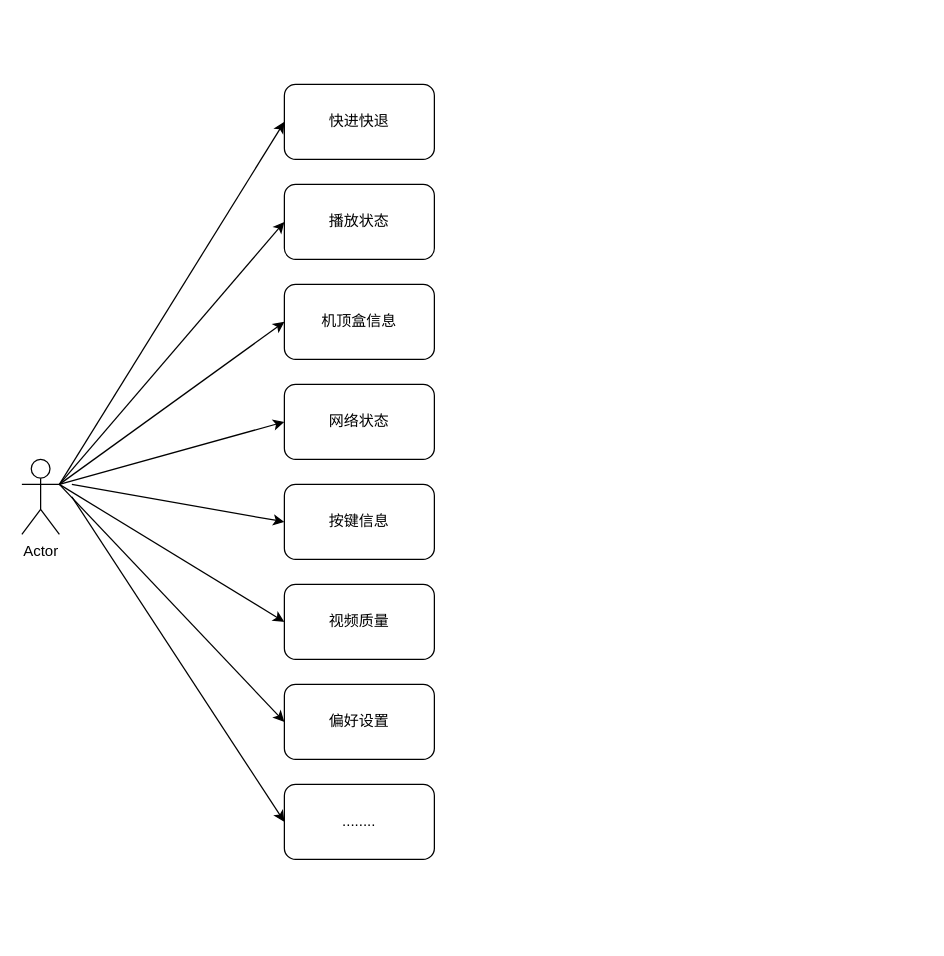
lanjiabin/diagrams keeps this draw.io diagram as 界面场景.drawio. Above is the earlier version. Source tidied: cells renumbered, new cells numbered last; positions are measured from the earlier drawing's top-left corner, leaving out a move shared by most shapes. Both pictures are drawn from the tidied source at 125%, with x=0, y=0 at pixel (21, 84).
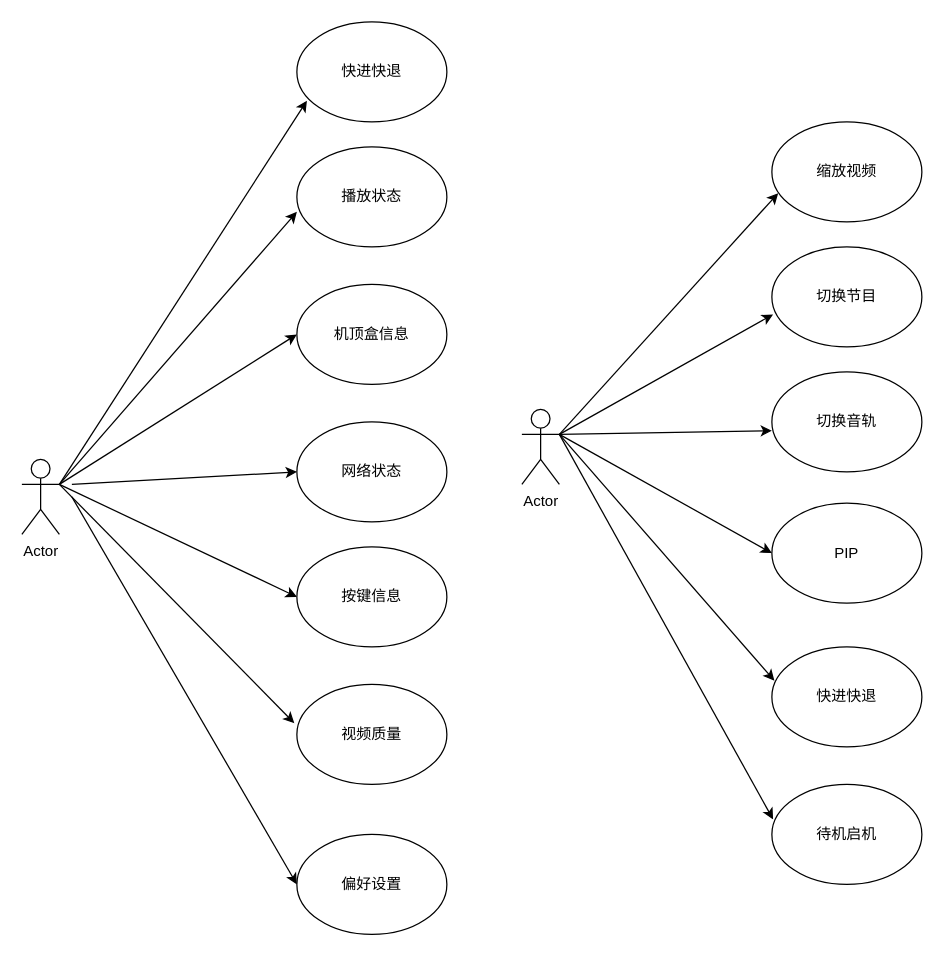
The same diagram, later.

Commit message (it also covers changes not shown here):
更新界面场景.drawio

Unchanged cells that the change refers to:
```xml
<mxCell id="2" value="Actor" style="shape=umlActor;verticalLabelPosition=bottom;verticalAlign=top;html=1;outlineConnect=0;" parent="1" vertex="1">
  <mxGeometry y="300" width="30" height="60" as="geometry" />
</mxCell>
```

Change to the diagram source:
```diff
@@
-    <mxCell id="3" value="快进快退" style="rounded=1;whiteSpace=wrap;html=1;" parent="1" vertex="1">
-      <mxGeometry x="210" width="120" height="60" as="geometry" />
-    </mxCell>
+    <mxCell id="11" style="endArrow=classic;html=1;rounded=0;entryX=0.067;entryY=0.788;entryDx=0;entryDy=0;entryPerimeter=0;" parent="1" edge="1" target="26">
+      <mxGeometry relative="1" as="geometry">
+        <mxPoint x="30" y="320" as="sourcePoint" />
+      </mxGeometry>
+    </mxCell>
+    <mxCell id="12" style="endArrow=classic;html=1;rounded=0;entryX=0;entryY=0.65;entryDx=0;entryDy=0;exitX=1;exitY=0.3333333333333333;exitDx=0;exitDy=0;exitPerimeter=0;entryPerimeter=0;" parent="1" edge="1" source="2" target="4">
+      <mxGeometry relative="1" as="geometry" />
+    </mxCell>
+    <mxCell id="13" style="endArrow=classic;html=1;rounded=0;entryX=0;entryY=0.5;entryDx=0;entryDy=0;" parent="1" edge="1" target="5">
+      <mxGeometry relative="1" as="geometry">
+        <mxPoint x="30" y="320" as="sourcePoint" />
+      </mxGeometry>
+    </mxCell>
+    <mxCell id="15" style="endArrow=classic;html=1;rounded=0;entryX=0;entryY=0.5;entryDx=0;entryDy=0;" parent="1" edge="1" target="6">
+      <mxGeometry relative="1" as="geometry">
+        <mxPoint x="40" y="320" as="sourcePoint" />
+      </mxGeometry>
+    </mxCell>
+    <mxCell id="16" style="endArrow=classic;html=1;rounded=0;entryX=0;entryY=0.5;entryDx=0;entryDy=0;" parent="1" edge="1" target="7">
+      <mxGeometry relative="1" as="geometry">
+        <mxPoint x="30" y="320" as="sourcePoint" />
+      </mxGeometry>
+    </mxCell>
+    <mxCell id="17" style="endArrow=classic;html=1;rounded=0;entryX=-0.017;entryY=0.388;entryDx=0;entryDy=0;entryPerimeter=0;" parent="1" edge="1" target="8">
+      <mxGeometry relative="1" as="geometry">
+        <mxPoint x="30" y="320" as="sourcePoint" />
+      </mxGeometry>
+    </mxCell>
+    <mxCell id="18" style="endArrow=classic;html=1;rounded=0;entryX=0;entryY=0.5;entryDx=0;entryDy=0;" parent="1" edge="1" target="9">
+      <mxGeometry relative="1" as="geometry">
+        <mxPoint x="40" y="330" as="sourcePoint" />
+      </mxGeometry>
+    </mxCell>
+    <mxCell id="19" value="Actor" style="shape=umlActor;verticalLabelPosition=bottom;verticalAlign=top;html=1;outlineConnect=0;" parent="1" vertex="1">
+      <mxGeometry x="400" y="260" width="30" height="60" as="geometry" />
+    </mxCell>
+    <mxCell id="20" style="endArrow=classic;html=1;rounded=0;entryX=0.042;entryY=0.713;entryDx=0;entryDy=0;exitX=1;exitY=0.3333333333333333;exitDx=0;exitDy=0;exitPerimeter=0;entryPerimeter=0;" parent="1" edge="1" source="19" target="27">
+      <mxGeometry relative="1" as="geometry" />
+    </mxCell>
+    <mxCell id="21" style="endArrow=classic;html=1;rounded=0;entryX=0.008;entryY=0.675;entryDx=0;entryDy=0;entryPerimeter=0;" parent="1" edge="1" target="28">
+      <mxGeometry relative="1" as="geometry">
+        <mxPoint x="430" y="280" as="sourcePoint" />
+      </mxGeometry>
+    </mxCell>
+    <mxCell id="22" style="endArrow=classic;html=1;rounded=0;entryX=0;entryY=0.588;entryDx=0;entryDy=0;entryPerimeter=0;" parent="1" edge="1" target="29">
+      <mxGeometry relative="1" as="geometry">
+        <mxPoint x="430" y="280" as="sourcePoint" />
+      </mxGeometry>
+    </mxCell>
+    <mxCell id="23" style="endArrow=classic;html=1;rounded=0;entryX=0;entryY=0.5;entryDx=0;entryDy=0;" parent="1" edge="1" target="30">
+      <mxGeometry relative="1" as="geometry">
+        <mxPoint x="430" y="280" as="sourcePoint" />
+      </mxGeometry>
+    </mxCell>
+    <mxCell id="24" style="endArrow=classic;html=1;rounded=0;entryX=0.017;entryY=0.338;entryDx=0;entryDy=0;entryPerimeter=0;" parent="1" edge="1" target="31">
+      <mxGeometry relative="1" as="geometry">
+        <mxPoint x="430" y="280" as="sourcePoint" />
+      </mxGeometry>
+    </mxCell>
+    <mxCell id="25" style="endArrow=classic;html=1;rounded=0;entryX=0.008;entryY=0.35;entryDx=0;entryDy=0;entryPerimeter=0;" parent="1" edge="1" target="32">
+      <mxGeometry relative="1" as="geometry">
+        <mxPoint x="430" y="280" as="sourcePoint" />
+      </mxGeometry>
+    </mxCell>
+    <mxCell id="26" value="快进快退" style="ellipse;whiteSpace=wrap;html=1;" parent="1" vertex="1">
+      <mxGeometry x="220" y="-50" width="120" height="80" as="geometry" />
+    </mxCell>
-    <mxCell id="4" value="播放状态" style="rounded=1;whiteSpace=wrap;html=1;" parent="1" vertex="1">
-      <mxGeometry x="210" y="80" width="120" height="60" as="geometry" />
+    <mxCell id="4" value="播放状态" style="ellipse;whiteSpace=wrap;html=1;" parent="1" vertex="1">
+      <mxGeometry x="220" y="50" width="120" height="80" as="geometry" />
     </mxCell>
-    <mxCell id="5" value="机顶盒信息" style="rounded=1;whiteSpace=wrap;html=1;" parent="1" vertex="1">
-      <mxGeometry x="210" y="160" width="120" height="60" as="geometry" />
+    <mxCell id="5" value="机顶盒信息" style="ellipse;whiteSpace=wrap;html=1;" parent="1" vertex="1">
+      <mxGeometry x="220" y="160" width="120" height="80" as="geometry" />
     </mxCell>
-    <mxCell id="6" value="网络状态" style="rounded=1;whiteSpace=wrap;html=1;" parent="1" vertex="1">
-      <mxGeometry x="210" y="240" width="120" height="60" as="geometry" />
+    <mxCell id="6" value="网络状态" style="ellipse;whiteSpace=wrap;html=1;" parent="1" vertex="1">
+      <mxGeometry x="220" y="270" width="120" height="80" as="geometry" />
     </mxCell>
-    <mxCell id="7" value="按键信息" style="rounded=1;whiteSpace=wrap;html=1;" parent="1" vertex="1">
-      <mxGeometry x="210" y="320" width="120" height="60" as="geometry" />
+    <mxCell id="7" value="按键信息" style="ellipse;whiteSpace=wrap;html=1;" parent="1" vertex="1">
+      <mxGeometry x="220" y="370" width="120" height="80" as="geometry" />
     </mxCell>
-    <mxCell id="8" value="视频质量" style="rounded=1;whiteSpace=wrap;html=1;" parent="1" vertex="1">
-      <mxGeometry x="210" y="400" width="120" height="60" as="geometry" />
+    <mxCell id="8" value="视频质量" style="ellipse;whiteSpace=wrap;html=1;" parent="1" vertex="1">
+      <mxGeometry x="220" y="480" width="120" height="80" as="geometry" />
     </mxCell>
-    <mxCell id="9" value="偏好设置" style="rounded=1;whiteSpace=wrap;html=1;" parent="1" vertex="1">
-      <mxGeometry x="210" y="480" width="120" height="60" as="geometry" />
+    <mxCell id="9" value="偏好设置" style="ellipse;whiteSpace=wrap;html=1;" parent="1" vertex="1">
+      <mxGeometry x="220" y="600" width="120" height="80" as="geometry" />
     </mxCell>
-    <mxCell id="10" value="........" style="rounded=1;whiteSpace=wrap;html=1;" parent="1" vertex="1">
-      <mxGeometry x="210" y="560" width="120" height="60" as="geometry" />
-    </mxCell>
-    <mxCell id="11" style="endArrow=classic;html=1;rounded=0;entryX=0;entryY=0.5;entryDx=0;entryDy=0;" parent="1" edge="1" target="3">
-      <mxGeometry relative="1" as="geometry">
-        <mxPoint x="30" y="320" as="sourcePoint" />
-      </mxGeometry>
-    </mxCell>
-    <mxCell id="12" style="endArrow=classic;html=1;rounded=0;entryX=0;entryY=0.5;entryDx=0;entryDy=0;exitX=1;exitY=0.3333333333333333;exitDx=0;exitDy=0;exitPerimeter=0;" parent="1" edge="1" source="2" target="4">
-      <mxGeometry relative="1" as="geometry" />
-    </mxCell>
-    <mxCell id="13" style="endArrow=classic;html=1;rounded=0;entryX=0;entryY=0.5;entryDx=0;entryDy=0;" parent="1" edge="1" target="5">
-      <mxGeometry relative="1" as="geometry">
-        <mxPoint x="30" y="320" as="sourcePoint" />
-      </mxGeometry>
-    </mxCell>
-    <mxCell id="14" style="endArrow=classic;html=1;rounded=0;entryX=0;entryY=0.5;entryDx=0;entryDy=0;" parent="1" edge="1" target="6">
-      <mxGeometry relative="1" as="geometry">
-        <mxPoint x="30" y="320" as="sourcePoint" />
-      </mxGeometry>
-    </mxCell>
-    <mxCell id="15" style="endArrow=classic;html=1;rounded=0;entryX=0;entryY=0.5;entryDx=0;entryDy=0;" parent="1" edge="1" target="7">
-      <mxGeometry relative="1" as="geometry">
-        <mxPoint x="40" y="320" as="sourcePoint" />
-      </mxGeometry>
-    </mxCell>
-    <mxCell id="16" style="endArrow=classic;html=1;rounded=0;entryX=0;entryY=0.5;entryDx=0;entryDy=0;" parent="1" edge="1" target="8">
-      <mxGeometry relative="1" as="geometry">
-        <mxPoint x="30" y="320" as="sourcePoint" />
-      </mxGeometry>
-    </mxCell>
-    <mxCell id="17" style="endArrow=classic;html=1;rounded=0;entryX=0;entryY=0.5;entryDx=0;entryDy=0;" parent="1" edge="1" target="9">
-      <mxGeometry relative="1" as="geometry">
-        <mxPoint x="30" y="320" as="sourcePoint" />
-      </mxGeometry>
-    </mxCell>
-    <mxCell id="18" style="endArrow=classic;html=1;rounded=0;entryX=0;entryY=0.5;entryDx=0;entryDy=0;" parent="1" edge="1" target="10">
-      <mxGeometry relative="1" as="geometry">
-        <mxPoint x="40" y="330" as="sourcePoint" />
-      </mxGeometry>
-    </mxCell>
+    <mxCell id="27" value="缩放视频" style="ellipse;whiteSpace=wrap;html=1;" parent="1" vertex="1">
+      <mxGeometry x="600" y="30" width="120" height="80" as="geometry" />
+    </mxCell>
+    <mxCell id="28" value="切换节目" style="ellipse;whiteSpace=wrap;html=1;" parent="1" vertex="1">
+      <mxGeometry x="600" y="130" width="120" height="80" as="geometry" />
+    </mxCell>
+    <mxCell id="29" value="切换音轨" style="ellipse;whiteSpace=wrap;html=1;" parent="1" vertex="1">
+      <mxGeometry x="600" y="230" width="120" height="80" as="geometry" />
+    </mxCell>
+    <mxCell id="30" value="PIP" style="ellipse;whiteSpace=wrap;html=1;" parent="1" vertex="1">
+      <mxGeometry x="600" y="335" width="120" height="80" as="geometry" />
+    </mxCell>
+    <mxCell id="31" value="快进快退" style="ellipse;whiteSpace=wrap;html=1;" parent="1" vertex="1">
+      <mxGeometry x="600" y="450" width="120" height="80" as="geometry" />
+    </mxCell>
+    <mxCell id="32" value="待机启机" style="ellipse;whiteSpace=wrap;html=1;" parent="1" vertex="1">
+      <mxGeometry x="600" y="560" width="120" height="80" as="geometry" />
+    </mxCell>
```
